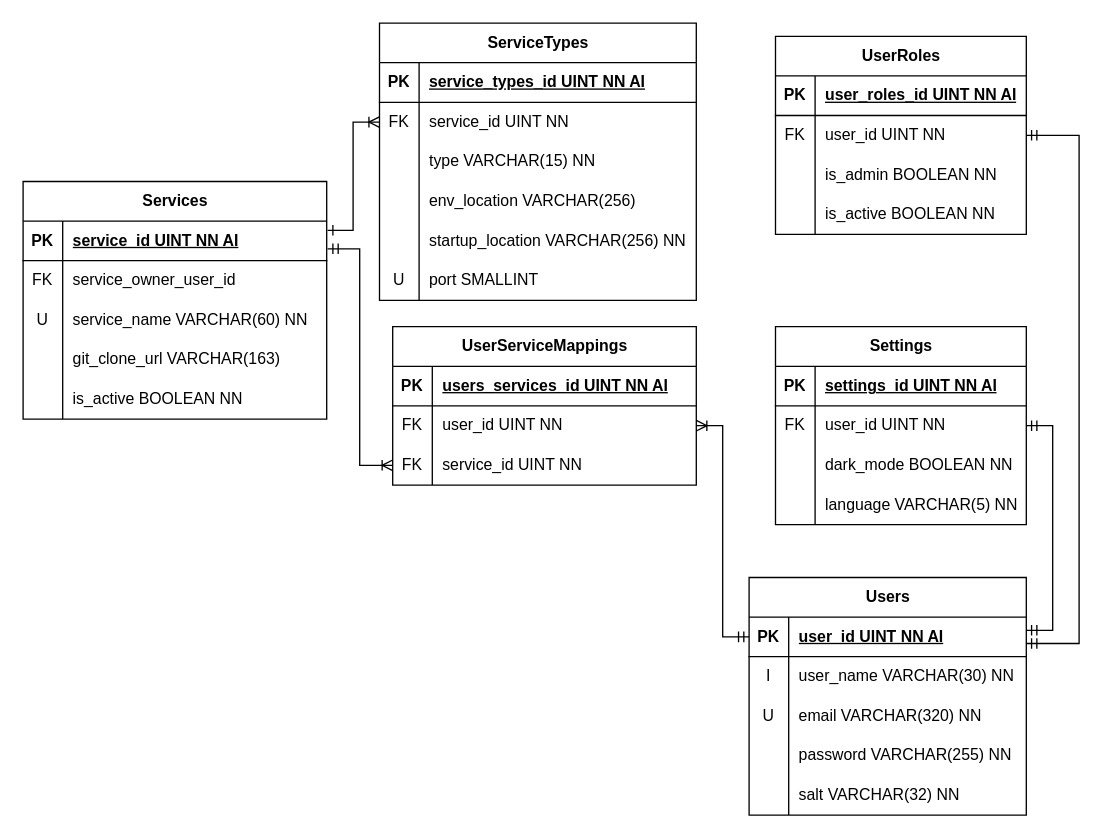
MagnusHLund/Web-hosting-docker keeps this draw.io diagram as Documentation/database/RDS.drawio.xml. Above is the earlier version. Source tidied: cells renumbered, new cells numbered last; positions are measured from the earlier drawing's top-left corner, leaving out a move shared by most shapes. Both pictures are drawn from the tidied source at 132%, with x=0, y=0 at pixel (22, 22).
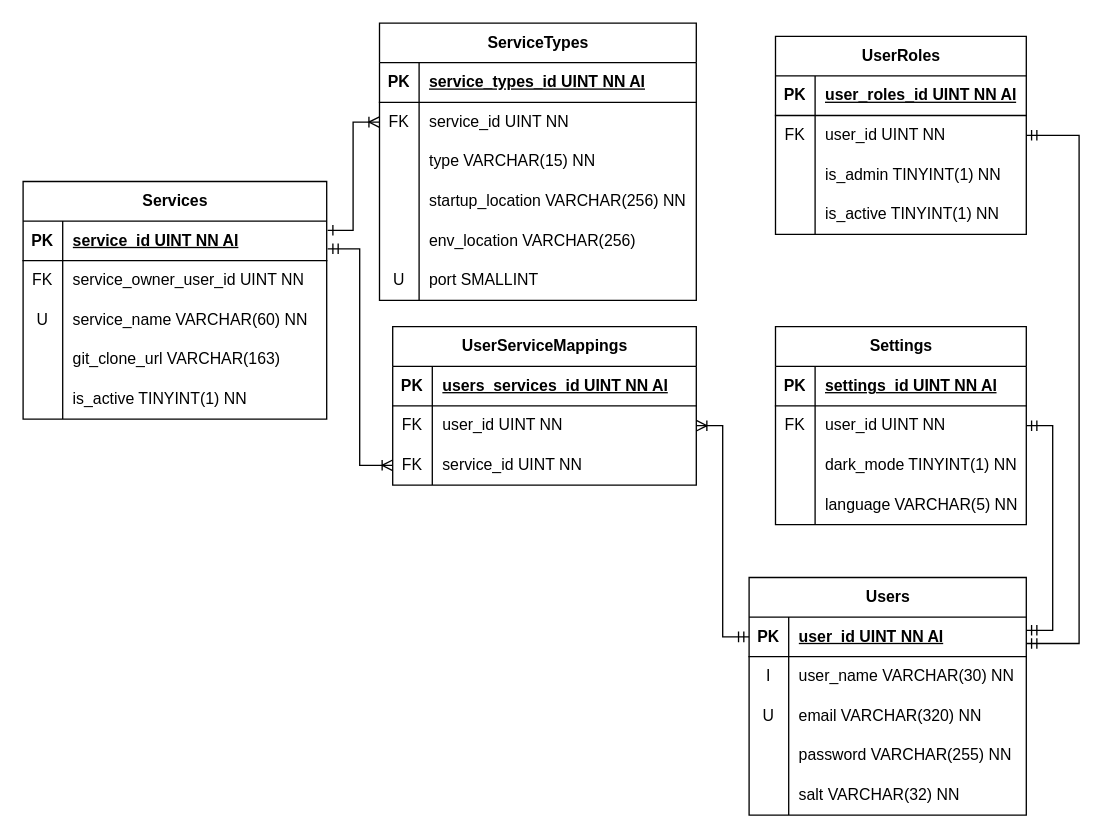
Above is the later version.

The change refers to these unchanged cells:
```xml
<mxCell id="25" style="shape=tableRow;horizontal=0;startSize=0;swimlaneHead=0;swimlaneBody=0;fillColor=none;top=0;left=0;right=0;bottom=0;" parent="18" vertex="1">
  <mxGeometry y="90" width="190" height="30" as="geometry" />
</mxCell>
<mxCell id="38" style="shape=tableRow;horizontal=0;startSize=0;swimlaneHead=0;swimlaneBody=0;fillColor=none;top=0;left=0;right=0;bottom=0;" parent="31" vertex="1">
  <mxGeometry y="90" width="190" height="30" as="geometry" />
</mxCell>
<mxCell id="41" style="shape=tableRow;horizontal=0;startSize=0;swimlaneHead=0;swimlaneBody=0;fillColor=none;top=0;left=0;right=0;bottom=0;" parent="31" vertex="1">
  <mxGeometry y="120" width="190" height="30" as="geometry" />
</mxCell>
<mxCell id="48" style="shape=tableRow;horizontal=0;startSize=0;swimlaneHead=0;swimlaneBody=0;fillColor=none;top=0;left=0;right=0;bottom=0;" parent="44" vertex="1">
  <mxGeometry y="60" width="230" height="30" as="geometry" />
</mxCell>
<mxCell id="57" style="shape=tableRow;horizontal=0;startSize=0;swimlaneHead=0;swimlaneBody=0;fillColor=none;top=0;left=0;right=0;bottom=0;" parent="44" vertex="1">
  <mxGeometry y="150" width="230" height="30" as="geometry" />
</mxCell>
<mxCell id="70" style="shape=tableRow;horizontal=0;startSize=0;swimlaneHead=0;swimlaneBody=0;fillColor=none;top=0;left=0;right=0;bottom=0;" parent="60" vertex="1">
  <mxGeometry y="120" width="240" height="30" as="geometry" />
</mxCell>
<mxCell id="73" style="shape=tableRow;horizontal=0;startSize=0;swimlaneHead=0;swimlaneBody=0;fillColor=none;top=0;left=0;right=0;bottom=0;" parent="60" vertex="1">
  <mxGeometry y="150" width="240" height="30" as="geometry" />
</mxCell>
```

Change to the diagram source:
```diff
@@
-    <mxCell id="27" value="dark_mode BOOLEAN NN" style="shape=partialRectangle;fillColor=none;top=0;left=0;bottom=0;right=0;align=left;spacingLeft=6;overflow=hidden;whiteSpace=wrap;html=1;" parent="25" vertex="1">
+    <mxCell id="27" value="dark_mode TINYINT(1) NN" style="shape=partialRectangle;fillColor=none;top=0;left=0;bottom=0;right=0;align=left;spacingLeft=6;overflow=hidden;whiteSpace=wrap;html=1;" parent="25" vertex="1">
       <mxGeometry x="30" width="160" height="30" as="geometry" />
     </mxCell>
@@
-    <mxCell id="40" value="is_admin BOOLEAN NN" style="shape=partialRectangle;fillColor=none;top=0;left=0;bottom=0;right=0;align=left;spacingLeft=6;overflow=hidden;whiteSpace=wrap;html=1;" parent="38" vertex="1">
+    <mxCell id="40" value="is_admin TINYINT(1) NN" style="shape=partialRectangle;fillColor=none;top=0;left=0;bottom=0;right=0;align=left;spacingLeft=6;overflow=hidden;whiteSpace=wrap;html=1;" parent="38" vertex="1">
       <mxGeometry x="30" width="160" height="30" as="geometry" />
     </mxCell>
@@
-    <mxCell id="43" value="is_active BOOLEAN NN" style="shape=partialRectangle;fillColor=none;top=0;left=0;bottom=0;right=0;align=left;spacingLeft=6;overflow=hidden;whiteSpace=wrap;html=1;" parent="41" vertex="1">
+    <mxCell id="43" value="is_active TINYINT(1) NN" style="shape=partialRectangle;fillColor=none;top=0;left=0;bottom=0;right=0;align=left;spacingLeft=6;overflow=hidden;whiteSpace=wrap;html=1;" parent="41" vertex="1">
       <mxGeometry x="30" width="160" height="30" as="geometry" />
     </mxCell>
@@
-    <mxCell id="50" value="service_owner_user_id" style="shape=partialRectangle;fillColor=none;top=0;left=0;bottom=0;right=0;align=left;spacingLeft=6;fontStyle=0;overflow=hidden;whiteSpace=wrap;html=1;" parent="48" vertex="1">
+    <mxCell id="50" value="service_owner_user_id UINT NN" style="shape=partialRectangle;fillColor=none;top=0;left=0;bottom=0;right=0;align=left;spacingLeft=6;fontStyle=0;overflow=hidden;whiteSpace=wrap;html=1;" parent="48" vertex="1">
       <mxGeometry x="30" width="200" height="30" as="geometry" />
     </mxCell>
@@
-    <mxCell id="59" value="is_active BOOLEAN NN" style="shape=partialRectangle;fillColor=none;top=0;left=0;bottom=0;right=0;align=left;spacingLeft=6;fontStyle=0;overflow=hidden;whiteSpace=wrap;html=1;" parent="57" vertex="1">
+    <mxCell id="59" value="is_active TINYINT(1) NN" style="shape=partialRectangle;fillColor=none;top=0;left=0;bottom=0;right=0;align=left;spacingLeft=6;fontStyle=0;overflow=hidden;whiteSpace=wrap;html=1;" parent="57" vertex="1">
       <mxGeometry x="30" width="200" height="30" as="geometry" />
     </mxCell>
@@
-    <mxCell id="72" value="env_location VARCHAR(256)" style="shape=partialRectangle;fillColor=none;top=0;left=0;bottom=0;right=0;align=left;spacingLeft=6;overflow=hidden;whiteSpace=wrap;html=1;" parent="70" vertex="1">
+    <mxCell id="72" value="startup_location VARCHAR(256) NN" style="shape=partialRectangle;fillColor=none;top=0;left=0;bottom=0;right=0;align=left;spacingLeft=6;overflow=hidden;whiteSpace=wrap;html=1;" parent="70" vertex="1">
       <mxGeometry x="30" width="210" height="30" as="geometry" />
     </mxCell>
@@
-    <mxCell id="75" value="startup_location VARCHAR(256) NN" style="shape=partialRectangle;fillColor=none;top=0;left=0;bottom=0;right=0;align=left;spacingLeft=6;fontStyle=0;overflow=hidden;whiteSpace=wrap;html=1;" parent="73" vertex="1">
+    <mxCell id="75" value="env_location VARCHAR(256)" style="shape=partialRectangle;fillColor=none;top=0;left=0;bottom=0;right=0;align=left;spacingLeft=6;fontStyle=0;overflow=hidden;whiteSpace=wrap;html=1;" parent="73" vertex="1">
       <mxGeometry x="30" width="210" height="30" as="geometry" />
     </mxCell>
```
